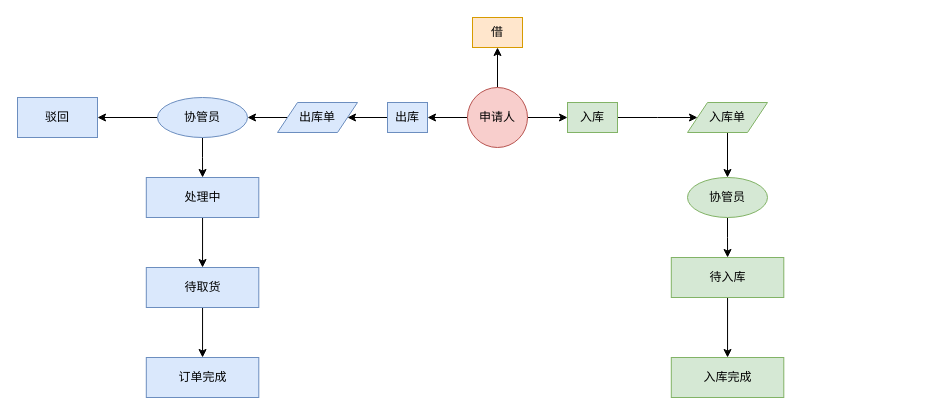
Above: LIMS.drawio in vsine/LIMS (draw.io), before the change. Source tidied: cells renumbered, new cells numbered last; positions are measured from the earlier drawing's top-left corner, leaving out a move shared by most shapes. Both pictures are drawn from the tidied source at 100%, with x=0, y=0 at pixel (17, 17).
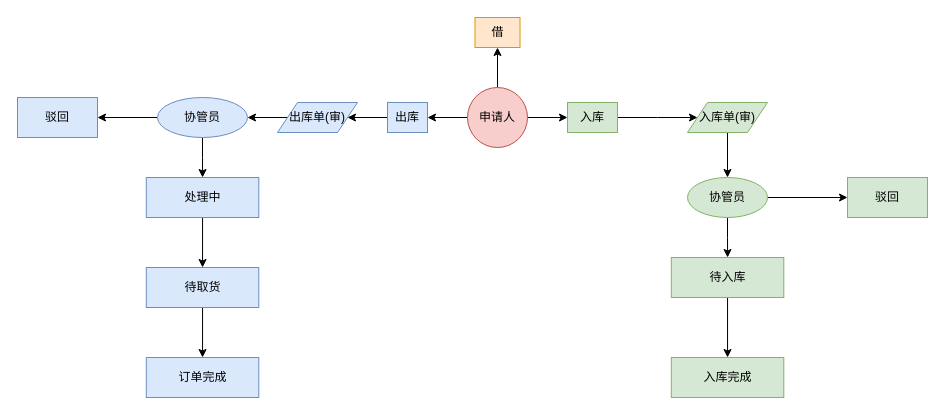
The same diagram, later.

The change refers to these unchanged cells:
```xml
<mxCell id="25" value="协管员" style="ellipse;whiteSpace=wrap;html=1;fillColor=#d5e8d4;strokeColor=#82b366;" parent="1" vertex="1">
  <mxGeometry x="670" y="160" width="80" height="40" as="geometry" />
</mxCell>
```

What changed in the source:
```diff
@@
     <mxCell id="8" value="借" style="rounded=0;whiteSpace=wrap;html=1;fillColor=#ffe6cc;strokeColor=#d79b00;imageHeight=24;imageWidth=24;" parent="1" vertex="1">
-      <mxGeometry x="455" width="50" height="30" as="geometry" />
+      <mxGeometry x="457.5" width="45" height="30" as="geometry" />
     </mxCell>
@@
-    <mxCell id="12" value="出库单" style="shape=parallelogram;perimeter=parallelogramPerimeter;whiteSpace=wrap;html=1;fixedSize=1;align=center;fillColor=#dae8fc;strokeColor=#6c8ebf;" parent="1" vertex="1">
+    <mxCell id="12" value="出库单(审)" style="shape=parallelogram;perimeter=parallelogramPerimeter;whiteSpace=wrap;html=1;fixedSize=1;align=center;fillColor=#dae8fc;strokeColor=#6c8ebf;" parent="1" vertex="1">
       <mxGeometry x="260" y="85" width="80" height="30" as="geometry" />
     </mxCell>
@@
-    <mxCell id="23" value="入库单" style="shape=parallelogram;perimeter=parallelogramPerimeter;whiteSpace=wrap;html=1;fixedSize=1;align=center;fillColor=#d5e8d4;strokeColor=#82b366;" parent="1" vertex="1">
+    <mxCell id="23" value="入库单(审)" style="shape=parallelogram;perimeter=parallelogramPerimeter;whiteSpace=wrap;html=1;fixedSize=1;align=center;fillColor=#d5e8d4;strokeColor=#82b366;" parent="1" vertex="1">
       <mxGeometry x="670" y="85" width="80" height="30" as="geometry" />
     </mxCell>
@@
+    <mxCell id="29" style="edgeStyle=orthogonalEdgeStyle;rounded=0;jettySize=auto;html=1;" parent="1" edge="1" source="25" target="30">
+      <mxGeometry relative="1" as="geometry" />
+    </mxCell>
@@
+    <mxCell id="30" value="驳回" style="whiteSpace=wrap;html=1;strokeColor=#82b366;fillColor=#d5e8d4;" parent="1" vertex="1">
+      <mxGeometry x="830" y="160" width="80" height="40" as="geometry" />
+    </mxCell>
```
